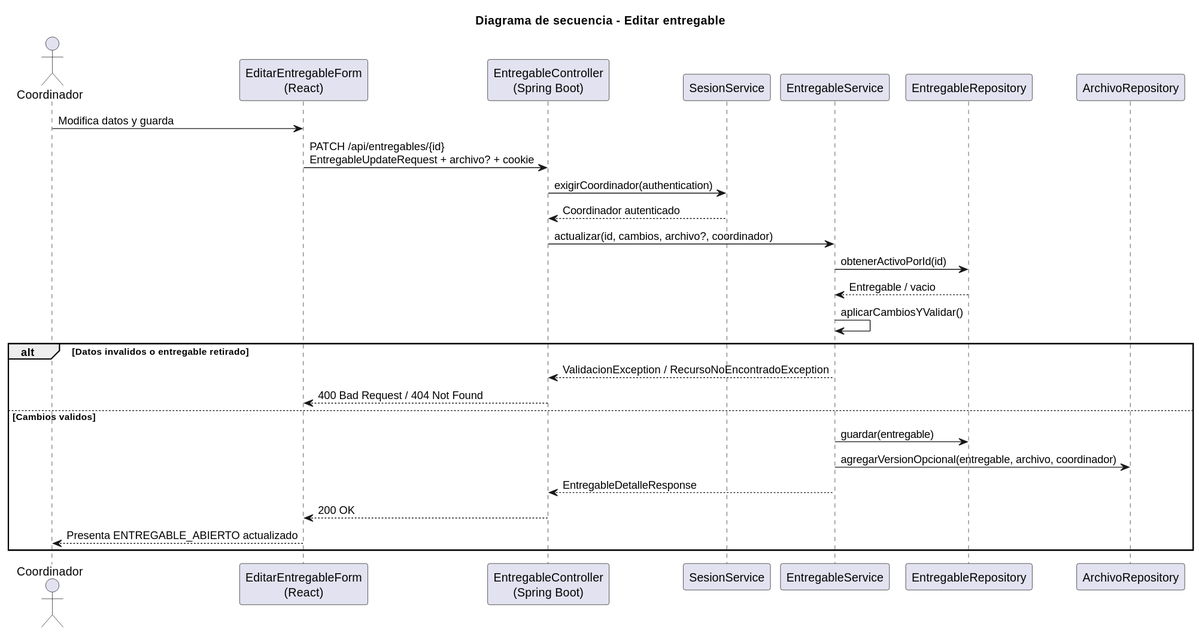
The PlantUML diagram images/RUP/02-diseño/casos-uso/coordinador/editarEntregable/secuencia.svg in beatriizorozco/25-26-idsw2-sdVC, before a commit.
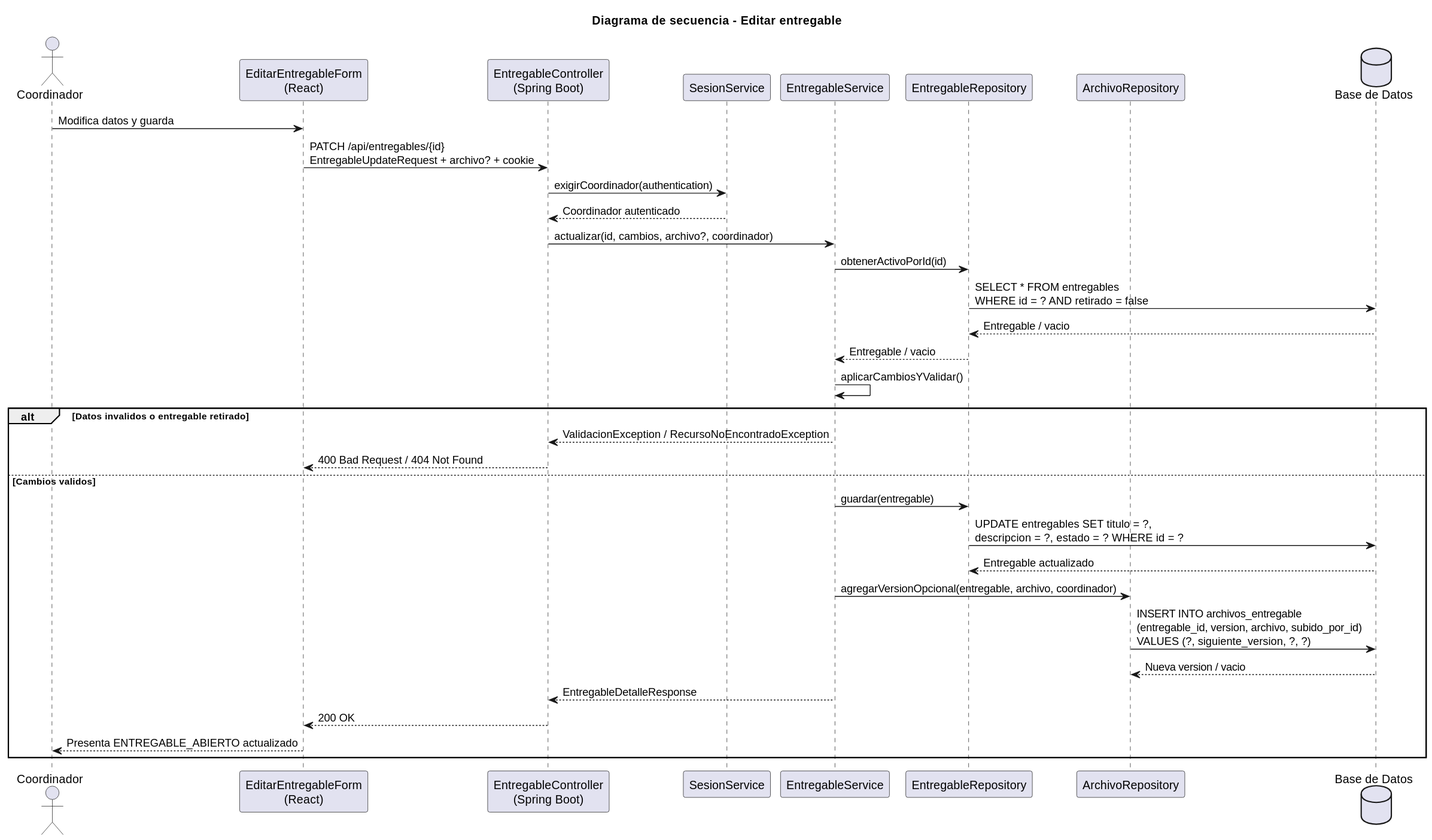
The same file after the commit.

Diff of the diagram source:
```diff
@@ -7,6 +7,7 @@
 participant "EntregableService" as Service
 participant "EntregableRepository" as Repo
 participant "ArchivoRepository" as ArchivoRepo
+database "Base de Datos" as DB
 
 Coordinador -> Frontend: Modifica datos y guarda
 Frontend -> Api: PATCH /api/entregables/{id}\nEntregableUpdateRequest + archivo? + cookie
@@ -14,6 +15,8 @@
 Sesion --> Api: Coordinador autenticado
 Api -> Service: actualizar(id, cambios, archivo?, coordinador)
 Service -> Repo: obtenerActivoPorId(id)
+Repo -> DB: SELECT * FROM entregables\nWHERE id = ? AND retirado = false
+DB --> Repo: Entregable / vacio
 Repo --> Service: Entregable / vacio
 Service -> Service: aplicarCambiosYValidar()
 alt Datos invalidos o entregable retirado
@@ -21,7 +24,11 @@
   Api --> Frontend: 400 Bad Request / 404 Not Found
 else Cambios validos
   Service -> Repo: guardar(entregable)
+  Repo -> DB: UPDATE entregables SET titulo = ?,\ndescripcion = ?, estado = ? WHERE id = ?
+  DB --> Repo: Entregable actualizado
   Service -> ArchivoRepo: agregarVersionOpcional(entregable, archivo, coordinador)
+  ArchivoRepo -> DB: INSERT INTO archivos_entregable\n(entregable_id, version, archivo, subido_por_id)\nVALUES (?, siguiente_version, ?, ?)
+  DB --> ArchivoRepo: Nueva version / vacio
   Service --> Api: EntregableDetalleResponse
   Api --> Frontend: 200 OK
   Frontend --> Coordinador: Presenta ENTREGABLE_ABIERTO actualizado
```
